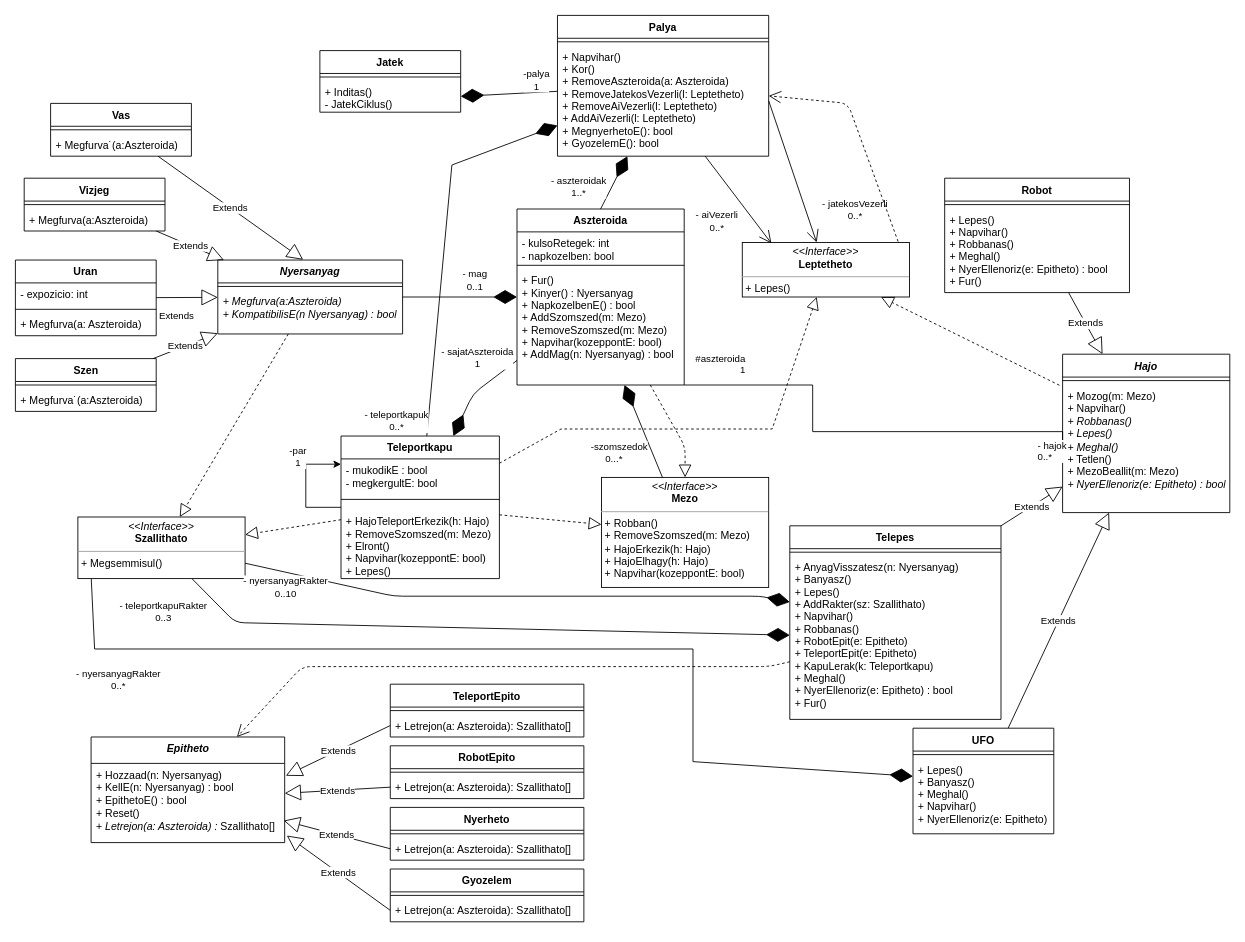
This is doc/class.drawio from torpeBoiGo/aszteroidabanyaszat, a draw.io file, before an edit. Source tidied: cells renumbered, new cells numbered last; positions are measured from the earlier drawing's top-left corner, leaving out a move shared by most shapes. Both pictures are drawn from the tidied source at 88%, with x=0, y=0 at pixel (15, 15).
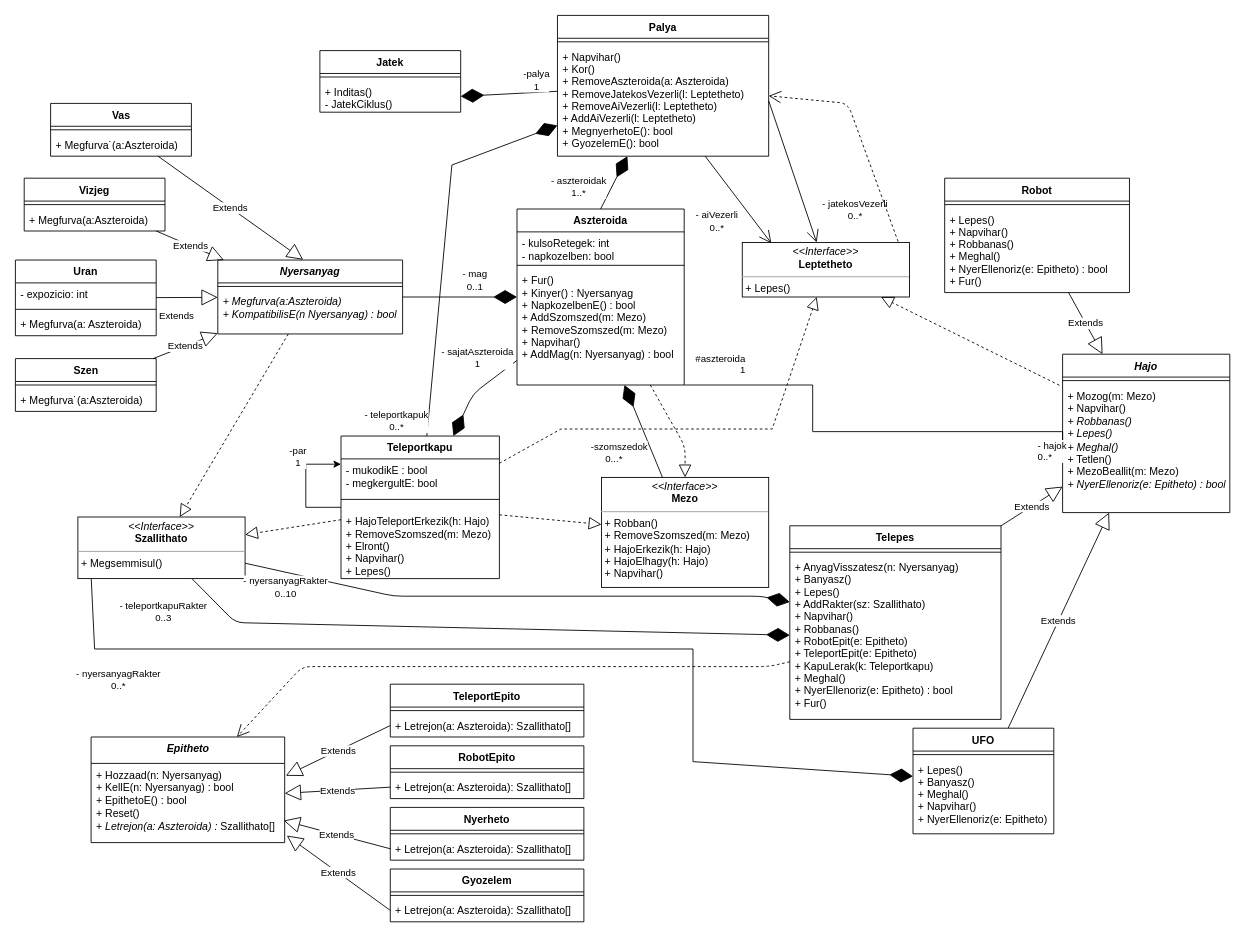
The same diagram, later.

Unchanged cells that the change refers to:
```xml
<mxCell id="9" value="Aszteroida" style="swimlane;fontStyle=1;align=center;verticalAlign=top;horizontal=1;startSize=26;" parent="1" vertex="1">
  <mxGeometry x="570" y="220" width="190" height="200" as="geometry" />
</mxCell>
<mxCell id="25" value="Teleportkapu" style="swimlane;fontStyle=1;align=center;verticalAlign=top;horizontal=1;startSize=26;" parent="1" vertex="1">
  <mxGeometry x="370" y="478" width="180" height="162" as="geometry" />
</mxCell>
```

Diff of the diagram source:
```diff
@@
-    <mxCell id="12" value="+ Fur()&#10;+ Kinyer() : Nyersanyag&#10;+ NapkozelbenE() : bool&#10;+ AddSzomszed(m: Mezo)&#10;+ RemoveSzomszed(m: Mezo)&#10;+ Napvihar(kozeppontE: bool)&#10;+ AddMag(n: Nyersanyag) : bool" style="text;strokeColor=none;fillColor=none;align=left;verticalAlign=top;spacingLeft=4;spacingRight=4;overflow=hidden;points=[[0,0.5],[1,0.5]];portConstraint=eastwest;" parent="9" vertex="1">
+    <mxCell id="12" value="+ Fur()&#10;+ Kinyer() : Nyersanyag&#10;+ NapkozelbenE() : bool&#10;+ AddSzomszed(m: Mezo)&#10;+ RemoveSzomszed(m: Mezo)&#10;+ Napvihar()&#10;+ AddMag(n: Nyersanyag) : bool" style="text;strokeColor=none;fillColor=none;align=left;verticalAlign=top;spacingLeft=4;spacingRight=4;overflow=hidden;points=[[0,0.5],[1,0.5]];portConstraint=eastwest;" parent="9" vertex="1">
       <mxGeometry y="68" width="190" height="132" as="geometry" />
     </mxCell>
@@
-    <mxCell id="28" value="+ HajoTeleportErkezik(h: Hajo)&#10;+ RemoveSzomszed(m: Mezo)&#10;+ Elront()&#10;+ Napvihar(kozeppontE: bool)&#10;+ Lepes()" style="text;strokeColor=none;fillColor=none;align=left;verticalAlign=top;spacingLeft=4;spacingRight=4;overflow=hidden;" parent="25" vertex="1">
+    <mxCell id="28" value="+ HajoTeleportErkezik(h: Hajo)&#10;+ RemoveSzomszed(m: Mezo)&#10;+ Elront()&#10;+ Napvihar()&#10;+ Lepes()" style="text;strokeColor=none;fillColor=none;align=left;verticalAlign=top;spacingLeft=4;spacingRight=4;overflow=hidden;" parent="25" vertex="1">
       <mxGeometry y="84" width="180" height="78" as="geometry" />
     </mxCell>
-    <mxCell id="29" value="&lt;p style=&quot;margin: 0px ; margin-top: 4px ; text-align: center&quot;&gt;&lt;i&gt;&amp;lt;&amp;lt;Interface&amp;gt;&amp;gt;&lt;/i&gt;&lt;br&gt;&lt;b&gt;Mezo&lt;/b&gt;&lt;/p&gt;&lt;hr size=&quot;1&quot;&gt;&lt;p style=&quot;margin: 0px ; margin-left: 4px&quot;&gt;+ Robban()&lt;/p&gt;&lt;p style=&quot;margin: 0px ; margin-left: 4px&quot;&gt;+ RemoveSzomszed(m: Mezo)&lt;/p&gt;&lt;p style=&quot;margin: 0px ; margin-left: 4px&quot;&gt;+ HajoErkezik(h: Hajo)&lt;/p&gt;&lt;p style=&quot;margin: 0px ; margin-left: 4px&quot;&gt;+ HajoElhagy(h: Hajo)&lt;/p&gt;&lt;p style=&quot;margin: 0px ; margin-left: 4px&quot;&gt;+ Napvihar(kozeppontE: bool)&lt;br&gt;&lt;/p&gt;" style="verticalAlign=top;align=left;overflow=fill;fontSize=12;fontFamily=Helvetica;html=1;" parent="1" vertex="1">
+    <mxCell id="29" value="&lt;p style=&quot;margin: 0px ; margin-top: 4px ; text-align: center&quot;&gt;&lt;i&gt;&amp;lt;&amp;lt;Interface&amp;gt;&amp;gt;&lt;/i&gt;&lt;br&gt;&lt;b&gt;Mezo&lt;/b&gt;&lt;/p&gt;&lt;hr size=&quot;1&quot;&gt;&lt;p style=&quot;margin: 0px ; margin-left: 4px&quot;&gt;+ Robban()&lt;/p&gt;&lt;p style=&quot;margin: 0px ; margin-left: 4px&quot;&gt;+ RemoveSzomszed(m: Mezo)&lt;/p&gt;&lt;p style=&quot;margin: 0px ; margin-left: 4px&quot;&gt;+ HajoErkezik(h: Hajo)&lt;/p&gt;&lt;p style=&quot;margin: 0px ; margin-left: 4px&quot;&gt;+ HajoElhagy(h: Hajo)&lt;/p&gt;&lt;p style=&quot;margin: 0px ; margin-left: 4px&quot;&gt;+ Napvihar()&lt;br&gt;&lt;/p&gt;" style="verticalAlign=top;align=left;overflow=fill;fontSize=12;fontFamily=Helvetica;html=1;" parent="1" vertex="1">
       <mxGeometry x="666" y="525" width="190" height="125" as="geometry" />
     </mxCell>
```
